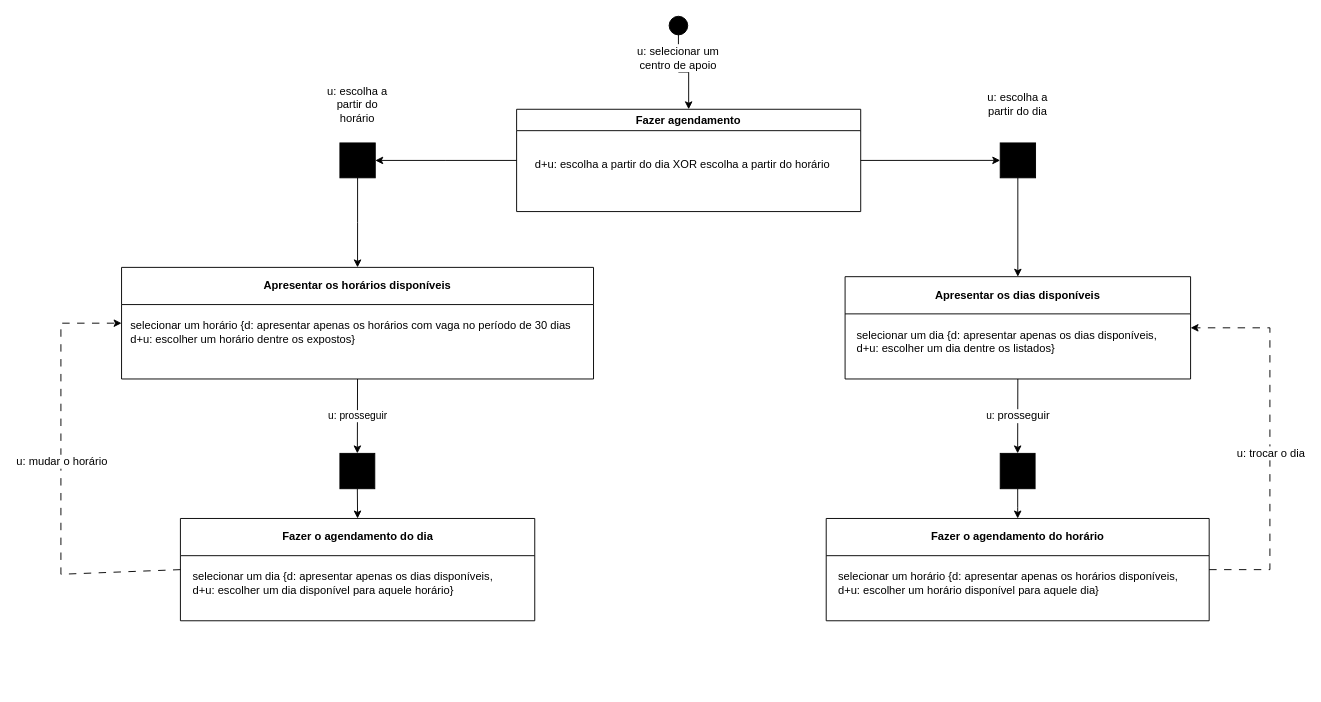
This is tp ihc - modelagem de interação.drawio from manuelamfo/TP-IHC-2024-2, a draw.io file, before an edit. Source tidied: cells renumbered, new cells numbered last; positions are measured from the earlier drawing's top-left corner, leaving out a move shared by most shapes. Both pictures are drawn from the tidied source at 93%, with x=0, y=0 at pixel (60, 16).
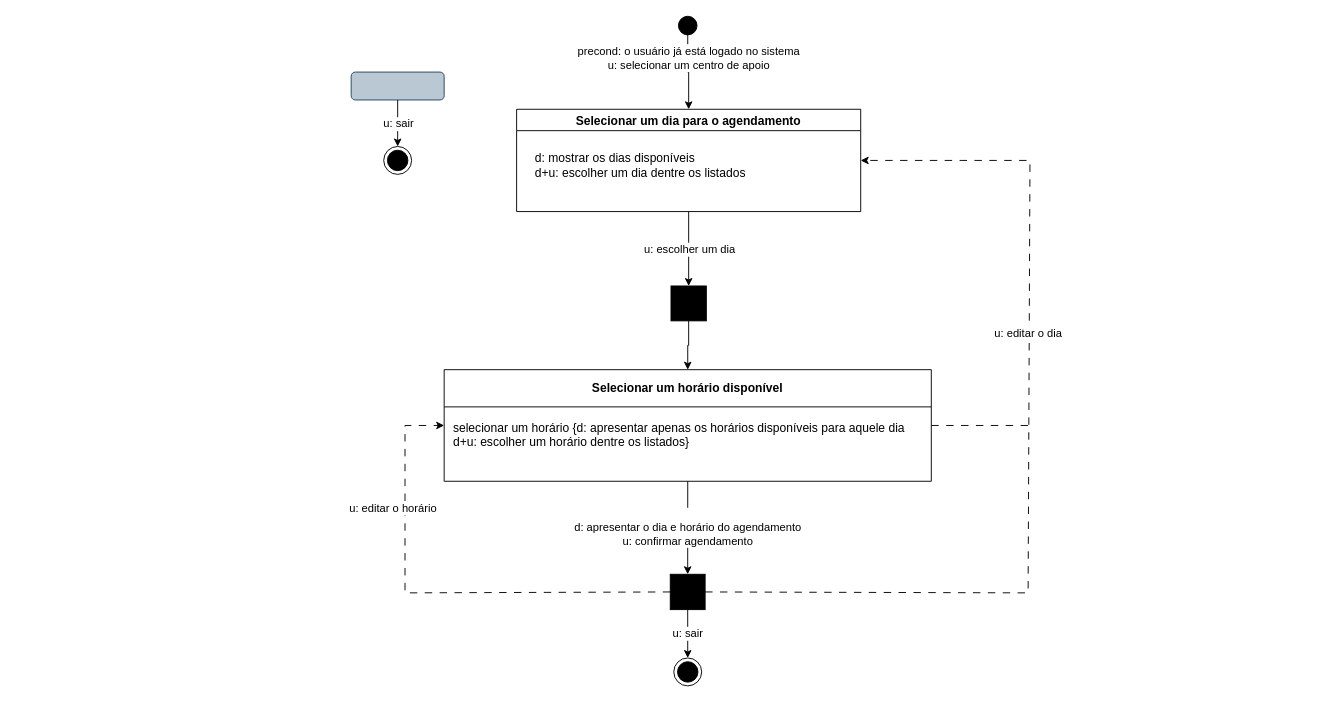
The same page after the edit.

What changed in the source:
```diff
@@
-    <mxCell id="2" style="edgeStyle=orthogonalEdgeStyle;rounded=0;jettySize=auto;html=1;" parent="1" edge="1" source="3" target="9">
-      <mxGeometry relative="1" as="geometry" />
-    </mxCell>
-    <mxCell id="3" value="Fazer agendamento" style="swimlane;whiteSpace=wrap;html=1;" parent="1" vertex="1">
+    <mxCell id="3" value="&lt;font style=&quot;font-size: 13px;&quot;&gt;Selecionar um dia para o agendamento&lt;/font&gt;" style="swimlane;whiteSpace=wrap;html=1;" parent="1" vertex="1">
       <mxGeometry x="490" y="100" width="370" height="110" as="geometry" />
     </mxCell>
-    <mxCell id="4" value="d+u: escolha a partir do dia XOR escolha a partir do horário" style="text;html=1;align=left;verticalAlign=middle;strokeColor=none;fillColor=none;rotation=0;" parent="3" vertex="1">
-      <mxGeometry x="18" y="45" width="340" height="30" as="geometry" />
+    <mxCell id="4" value="&lt;div&gt;&lt;font style=&quot;font-size: 13px;&quot;&gt;d: mostrar os dias disponíveis&lt;/font&gt;&lt;/div&gt;&lt;font style=&quot;font-size: 13px;&quot;&gt;d+u: escolher um dia dentre os listados&lt;/font&gt;" style="text;html=1;align=left;verticalAlign=middle;strokeColor=none;fillColor=none;rotation=0;" parent="3" vertex="1">
+      <mxGeometry x="18" y="40" width="250" height="40" as="geometry" />
     </mxCell>
@@
     <mxCell id="6" style="ellipse;whiteSpace=wrap;html=1;fillColor=#000000;" parent="1" vertex="1">
-      <mxGeometry x="654" width="20" height="20" as="geometry" />
+      <mxGeometry x="664" width="20" height="20" as="geometry" />
     </mxCell>
-    <mxCell id="7" value="u: selecionar um centro de apoio" style="text;html=1;align=center;verticalAlign=middle;whiteSpace=wrap;rounded=0;fillColor=default;" parent="1" vertex="1">
-      <mxGeometry x="606" y="30" width="116" height="30" as="geometry" />
+    <mxCell id="7" value="&lt;div&gt;precond: o usuário já está logado no sistema&lt;/div&gt;u: selecionar um centro de apoio" style="text;html=1;align=center;verticalAlign=middle;whiteSpace=wrap;rounded=0;fillColor=default;" parent="1" vertex="1">
+      <mxGeometry x="528.5" y="30" width="293" height="30" as="geometry" />
     </mxCell>
@@
     <mxCell id="9" style="whiteSpace=wrap;html=1;fontStyle=1;startSize=23;fillColor=#000000;" parent="1" vertex="1">
-      <mxGeometry x="300" y="136.2" width="38" height="37.5" as="geometry" />
+      <mxGeometry x="656" y="290" width="38" height="37.5" as="geometry" />
     </mxCell>
-    <mxCell id="10" value="u: escolha a partir do horário" style="text;html=1;align=center;verticalAlign=middle;whiteSpace=wrap;rounded=0;" parent="1" vertex="1">
-      <mxGeometry x="278" y="70" width="82" height="50" as="geometry" />
-    </mxCell>
-    <mxCell id="11" value="Apresentar os horários disponíveis" style="swimlane;whiteSpace=wrap;html=1;startSize=40;" parent="1" vertex="1">
-      <mxGeometry x="65.2" y="270" width="507.5" height="120" as="geometry" />
+    <mxCell id="11" value="&lt;font style=&quot;font-size: 13px;&quot;&gt;Selecionar um horário disponível&lt;/font&gt;" style="swimlane;whiteSpace=wrap;html=1;startSize=40;" parent="1" vertex="1">
+      <mxGeometry x="412.1" y="380" width="523.8" height="120" as="geometry" />
     </mxCell>
-    <mxCell id="12" value="selecionar um horário&amp;nbsp;&lt;span style=&quot;background-color: initial;&quot;&gt;{d: apresentar apenas&amp;nbsp;&lt;/span&gt;&lt;span style=&quot;background-color: initial;&quot;&gt;os horários com vaga no período de 30 dias&lt;/span&gt;&lt;span style=&quot;background-color: initial;&quot;&gt;&amp;nbsp;&lt;/span&gt;&lt;div&gt;&lt;div&gt;&lt;div&gt;d+u: escolher um horário dentre os expostos}&amp;nbsp;&lt;/div&gt;&lt;/div&gt;&lt;/div&gt;" style="text;html=1;align=left;verticalAlign=middle;strokeColor=none;fillColor=none;" parent="11" vertex="1">
-      <mxGeometry x="7.5" y="50" width="500" height="40" as="geometry" />
+    <mxCell id="12" value="&lt;div&gt;&lt;font style=&quot;font-size: 13px;&quot;&gt;selecionar um horário {d: apresentar apenas os horários disponíveis para aquele dia&lt;/font&gt;&lt;/div&gt;&lt;div&gt;&lt;font style=&quot;font-size: 13px;&quot;&gt;d+u: escolher um horário dentre os listados}&lt;/font&gt;&lt;/div&gt;" style="text;html=1;align=left;verticalAlign=middle;strokeColor=none;fillColor=none;" parent="11" vertex="1">
+      <mxGeometry x="7.5" y="50" width="510" height="40" as="geometry" />
     </mxCell>
-    <mxCell id="13" style="edgeStyle=orthogonalEdgeStyle;rounded=0;jettySize=auto;html=1;entryX=0.5;entryY=0;entryDx=0;entryDy=0;" parent="1" edge="1" source="14" target="16">
-      <mxGeometry relative="1" as="geometry" />
-    </mxCell>
-    <mxCell id="14" style="whiteSpace=wrap;html=1;fontStyle=1;startSize=23;fillColor=#000000;" parent="1" vertex="1">
-      <mxGeometry x="1010" y="136.2" width="38" height="37.5" as="geometry" />
-    </mxCell>
-    <mxCell id="15" value="u: escolha a partir do dia" style="text;html=1;align=center;verticalAlign=middle;whiteSpace=wrap;rounded=0;" parent="1" vertex="1">
-      <mxGeometry x="988" y="70" width="82" height="50" as="geometry" />
-    </mxCell>
-    <mxCell id="16" value="Apresentar os dias disponíveis" style="swimlane;whiteSpace=wrap;html=1;startSize=40;" parent="1" vertex="1">
-      <mxGeometry x="843.2" y="280" width="371.5" height="110" as="geometry" />
-    </mxCell>
-    <mxCell id="17" value="&lt;div&gt;selecionar um dia {d: apresentar apenas os dias disponíveis,&lt;/div&gt;&lt;div&gt;d+u: escolher um dia dentre os listados}&lt;/div&gt;" style="text;html=1;align=left;verticalAlign=middle;strokeColor=none;fillColor=none;" parent="16" vertex="1">
-      <mxGeometry x="11" y="50" width="350" height="40" as="geometry" />
-    </mxCell>
-    <mxCell id="18" style="endArrow=classic;html=1;rounded=0;exitX=1;exitY=0.5;exitDx=0;exitDy=0;entryX=0;entryY=0.5;entryDx=0;entryDy=0;" parent="1" edge="1" source="3" target="14">
-      <mxGeometry relative="1" as="geometry" />
-    </mxCell>
-    <mxCell id="19" value="Fazer o agendamento do horário" style="swimlane;whiteSpace=wrap;html=1;startSize=40;" parent="1" vertex="1">
-      <mxGeometry x="822.9" y="540" width="411.8" height="110" as="geometry" />
-    </mxCell>
-    <mxCell id="20" value="&lt;div&gt;selecionar um horário {d: apresentar apenas os horários disponíveis,&lt;/div&gt;&lt;div&gt;d+u: escolher um horário disponível para aquele dia}&lt;/div&gt;" style="text;html=1;align=left;verticalAlign=middle;strokeColor=none;fillColor=none;" parent="19" vertex="1">
-      <mxGeometry x="11" y="50" width="390" height="40" as="geometry" />
-    </mxCell>
-    <mxCell id="21" style="endArrow=classic;html=1;rounded=0;exitX=0.5;exitY=1;exitDx=0;exitDy=0;entryX=0;entryY=0.5;entryDx=0;entryDy=0;" parent="1" edge="1" source="16" target="24">
-      <mxGeometry relative="1" as="geometry" />
-    </mxCell>
-    <mxCell id="22" value="u: &lt;font style=&quot;font-size: 12px;&quot;&gt;prosseguir&lt;/font&gt;" style="edgeLabel;html=1;align=center;verticalAlign=middle;" parent="21" vertex="1">
-      <mxGeometry relative="1" as="geometry" />
-    </mxCell>
-    <mxCell id="23" style="edgeStyle=orthogonalEdgeStyle;rounded=0;jettySize=auto;html=1;entryX=0.5;entryY=0;entryDx=0;entryDy=0;" parent="1" edge="1" source="24" target="19">
-      <mxGeometry relative="1" as="geometry" />
-    </mxCell>
-    <mxCell id="24" style="whiteSpace=wrap;html=1;fontStyle=1;startSize=23;fillColor=#000000;direction=south;" parent="1" vertex="1">
-      <mxGeometry x="1010" y="470" width="37.5" height="38" as="geometry" />
-    </mxCell>
-    <mxCell id="25" style="endArrow=classic;html=1;rounded=0;entryX=1;entryY=0.5;entryDx=0;entryDy=0;dashed=1;dashPattern=8 8;exitX=1;exitY=0.5;exitDx=0;exitDy=0;" parent="1" edge="1" source="19" target="16">
-      <mxGeometry relative="1" as="geometry">
-        <Array as="points">
-          <mxPoint x="1300" y="595" />
-          <mxPoint x="1300" y="335" />
-        </Array>
-      </mxGeometry>
-    </mxCell>
-    <mxCell id="26" value="u: trocar o dia" style="edgeLabel;html=1;align=center;verticalAlign=middle;fontSize=12;" parent="25" vertex="1">
-      <mxGeometry relative="1" as="geometry">
-        <mxPoint y="14" as="offset" />
-      </mxGeometry>
-    </mxCell>
-    <mxCell id="27" style="endArrow=classic;html=1;rounded=0;exitX=0.5;exitY=1;exitDx=0;exitDy=0;entryX=0;entryY=0.5;entryDx=0;entryDy=0;" parent="1" edge="1" source="11" target="29">
-      <mxGeometry relative="1" as="geometry" />
-    </mxCell>
-    <mxCell id="28" value="u: prosseguir" style="edgeLabel;html=1;align=center;verticalAlign=middle;" parent="27" vertex="1">
-      <mxGeometry relative="1" as="geometry" />
-    </mxCell>
-    <mxCell id="29" style="whiteSpace=wrap;html=1;fontStyle=1;startSize=23;fillColor=#000000;direction=south;" parent="1" vertex="1">
-      <mxGeometry x="300" y="470" width="37.5" height="38" as="geometry" />
-    </mxCell>
-    <mxCell id="30" style="endArrow=classic;html=1;rounded=0;exitX=1;exitY=0.5;exitDx=0;exitDy=0;entryX=0.5;entryY=0;entryDx=0;entryDy=0;" parent="1" edge="1" source="29" target="31">
-      <mxGeometry relative="1" as="geometry" />
-    </mxCell>
-    <mxCell id="31" value="Fazer o agendamento do dia" style="swimlane;whiteSpace=wrap;html=1;startSize=40;" parent="1" vertex="1">
-      <mxGeometry x="128.5" y="540" width="381" height="110" as="geometry" />
-    </mxCell>
-    <mxCell id="32" value="&lt;div&gt;selecionar um dia {d: apresentar apenas os dias disponíveis,&lt;/div&gt;&lt;div&gt;d+u: escolher um dia disponível para aquele horário}&lt;/div&gt;" style="text;html=1;align=left;verticalAlign=middle;strokeColor=none;fillColor=none;" parent="31" vertex="1">
-      <mxGeometry x="11" y="50" width="350" height="40" as="geometry" />
-    </mxCell>
-    <mxCell id="33" style="endArrow=classic;html=1;rounded=0;entryX=0;entryY=0.5;entryDx=0;entryDy=0;dashed=1;dashPattern=8 8;exitX=0;exitY=0.5;exitDx=0;exitDy=0;" parent="1" edge="1" source="31" target="11">
+    <mxCell id="33" style="endArrow=classic;html=1;rounded=0;dashed=1;dashPattern=8 8;exitX=0.5;exitY=1;exitDx=0;exitDy=0;entryX=0;entryY=0.5;entryDx=0;entryDy=0;" parent="1" edge="1" source="35" target="11">
       <mxGeometry relative="1" as="geometry">
         <Array as="points">
-          <mxPoint y="600" />
-          <mxPoint y="330" />
+          <mxPoint x="370" y="620" />
+          <mxPoint x="370" y="440" />
         </Array>
       </mxGeometry>
     </mxCell>
-    <mxCell id="34" value="u: mudar o horário" style="edgeLabel;html=1;align=center;verticalAlign=middle;fontSize=12;" parent="33" vertex="1">
+    <mxCell id="34" value="u: editar o horário" style="edgeLabel;html=1;align=center;verticalAlign=middle;fontSize=12;" parent="33" vertex="1">
       <mxGeometry relative="1" as="geometry">
-        <mxPoint y="-18" as="offset" />
+        <mxPoint x="-45" y="-91" as="offset" />
       </mxGeometry>
     </mxCell>
+    <mxCell id="35" style="whiteSpace=wrap;html=1;fontStyle=1;startSize=23;fillColor=#000000;direction=south;" parent="1" vertex="1">
+      <mxGeometry x="655.2" y="600" width="37.5" height="38" as="geometry" />
+    </mxCell>
+    <mxCell id="2" style="endArrow=classic;html=1;rounded=0;exitX=0.5;exitY=1;exitDx=0;exitDy=0;" parent="1" edge="1" source="3" target="9">
+      <mxGeometry relative="1" as="geometry" />
+    </mxCell>
+    <mxCell id="36" value="u: escolher um dia" style="edgeLabel;html=1;align=center;verticalAlign=middle;fontSize=12;" parent="2" vertex="1">
+      <mxGeometry relative="1" as="geometry" />
+    </mxCell>
+    <mxCell id="37" style="endArrow=classic;html=1;rounded=0;exitX=0.5;exitY=1;exitDx=0;exitDy=0;entryX=0;entryY=0.5;entryDx=0;entryDy=0;" parent="1" edge="1" source="11" target="35">
+      <mxGeometry relative="1" as="geometry" />
+    </mxCell>
+    <mxCell id="38" value="&lt;div&gt;&lt;br&gt;&lt;/div&gt;&lt;div&gt;&lt;div&gt;d: apresentar o dia e horário do agendamento&lt;/div&gt;u: confirmar agendamento&lt;/div&gt;" style="edgeLabel;html=1;align=center;verticalAlign=middle;fontSize=12;" parent="37" vertex="1">
+      <mxGeometry relative="1" as="geometry" />
+    </mxCell>
+    <mxCell id="39" style="endArrow=classic;html=1;rounded=0;dashed=1;dashPattern=8 8;exitX=0.5;exitY=0;exitDx=0;exitDy=0;entryX=1;entryY=0.5;entryDx=0;entryDy=0;" parent="1" edge="1" source="35" target="3">
+      <mxGeometry relative="1" as="geometry">
+        <Array as="points">
+          <mxPoint x="1040" y="620" />
+          <mxPoint x="1042" y="155" />
+        </Array>
+      </mxGeometry>
+    </mxCell>
+    <mxCell id="40" value="u: editar o dia" style="edgeLabel;html=1;align=center;verticalAlign=middle;fontSize=12;" parent="39" vertex="1">
+      <mxGeometry relative="1" as="geometry">
+        <mxPoint x="-1" y="-130" as="offset" />
+      </mxGeometry>
+    </mxCell>
+    <mxCell id="41" style="endArrow=none;html=1;rounded=0;dashed=1;dashPattern=8 8;exitX=1;exitY=0.5;exitDx=0;exitDy=0;" parent="1" edge="1" source="11">
+      <mxGeometry relative="1" as="geometry">
+        <mxPoint x="1040" y="440" as="targetPoint" />
+      </mxGeometry>
+    </mxCell>
+    <mxCell id="42" style="ellipse;html=1;shape=endState;fillColor=#000000;strokeColor=#000000;" parent="1" vertex="1">
+      <mxGeometry x="659" y="690" width="30" height="30" as="geometry" />
+    </mxCell>
+    <mxCell id="43" style="endArrow=classic;html=1;rounded=0;exitX=1;exitY=0.5;exitDx=0;exitDy=0;entryX=0.5;entryY=0;entryDx=0;entryDy=0;" parent="1" edge="1" source="35" target="42">
+      <mxGeometry relative="1" as="geometry" />
+    </mxCell>
+    <mxCell id="44" value="u: sair" style="edgeLabel;html=1;align=center;verticalAlign=middle;fontSize=12;" parent="43" vertex="1">
+      <mxGeometry relative="1" as="geometry" />
+    </mxCell>
+    <mxCell id="45" style="rounded=1;whiteSpace=wrap;html=1;fillColor=#bac8d3;strokeColor=#23445d;" parent="1" vertex="1">
+      <mxGeometry x="312.1" y="60" width="100" height="30" as="geometry" />
+    </mxCell>
+    <mxCell id="46" style="endArrow=classic;html=1;rounded=0;exitX=0.5;exitY=1;exitDx=0;exitDy=0;entryX=0.5;entryY=0;entryDx=0;entryDy=0;" parent="1" edge="1" source="45" target="48">
+      <mxGeometry relative="1" as="geometry" />
+    </mxCell>
+    <mxCell id="47" value="u: sair" style="edgeLabel;html=1;align=center;verticalAlign=middle;fontSize=12;" parent="46" vertex="1">
+      <mxGeometry relative="1" as="geometry" />
+    </mxCell>
+    <mxCell id="48" style="ellipse;html=1;shape=endState;fillColor=#000000;strokeColor=#000000;" parent="1" vertex="1">
+      <mxGeometry x="347.1" y="140" width="30" height="30" as="geometry" />
+    </mxCell>
```
